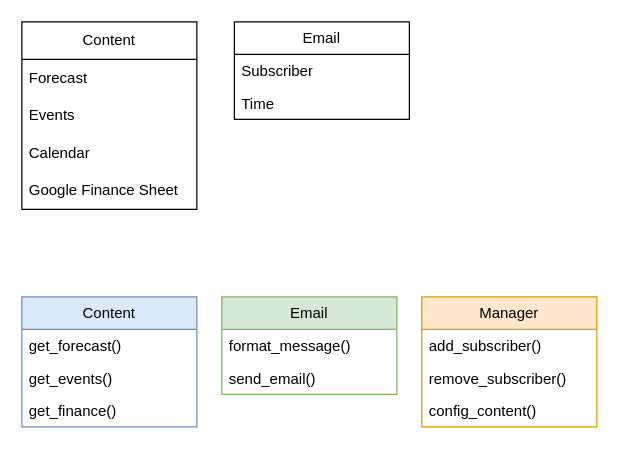
This is digest-email.drawio from DaFloppa45/digest-email, a draw.io file, before an edit. Source tidied: cells renumbered, new cells numbered last; positions are measured from the earlier drawing's top-left corner, leaving out a move shared by most shapes. Both pictures are drawn from the tidied source at 125%, with x=0, y=0 at pixel (21, 21).
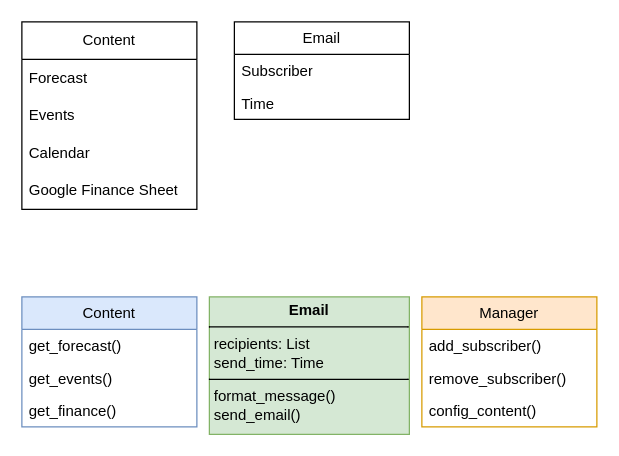
The same page after the edit.

The edit, as a diff of the source:
```diff
@@
-    <mxCell id="14" value="Email" style="swimlane;fontStyle=0;horizontal=1;startSize=26;fillColor=#d5e8d4;whiteSpace=wrap;html=1;strokeColor=#82b366;" parent="1" vertex="1">
-      <mxGeometry x="160" y="220" width="140" height="78" as="geometry" />
-    </mxCell>
-    <mxCell id="15" value="format_message()" style="text;strokeColor=none;fillColor=none;align=left;verticalAlign=top;spacingLeft=4;spacingRight=4;overflow=hidden;whiteSpace=wrap;html=1;" parent="14" vertex="1">
-      <mxGeometry y="26" width="140" height="26" as="geometry" />
-    </mxCell>
-    <mxCell id="16" value="send_email()" style="text;strokeColor=none;fillColor=none;align=left;verticalAlign=top;spacingLeft=4;spacingRight=4;overflow=hidden;whiteSpace=wrap;html=1;" parent="14" vertex="1">
-      <mxGeometry y="52" width="140" height="26" as="geometry" />
-    </mxCell>
@@
+    <mxCell id="21" value="&lt;p style=&quot;margin:0px;margin-top:4px;text-align:center;&quot;&gt;&lt;b&gt;Email&lt;/b&gt;&lt;/p&gt;&lt;hr size=&quot;1&quot; style=&quot;border-style:solid;&quot;&gt;&lt;p style=&quot;margin:0px;margin-left:4px;&quot;&gt;recipients: List&lt;/p&gt;&lt;p style=&quot;margin:0px;margin-left:4px;&quot;&gt;send_time: Time&lt;/p&gt;&lt;hr size=&quot;1&quot; style=&quot;border-style:solid;&quot;&gt;&lt;p style=&quot;margin:0px;margin-left:4px;&quot;&gt;format_message()&lt;/p&gt;&lt;p style=&quot;margin:0px;margin-left:4px;&quot;&gt;send_email()&lt;/p&gt;" style="verticalAlign=top;align=left;overflow=fill;html=1;whiteSpace=wrap;fillColor=#d5e8d4;strokeColor=#82b366;" parent="1" vertex="1">
+      <mxGeometry x="150" y="220" width="160" height="110" as="geometry" />
+    </mxCell>
```
